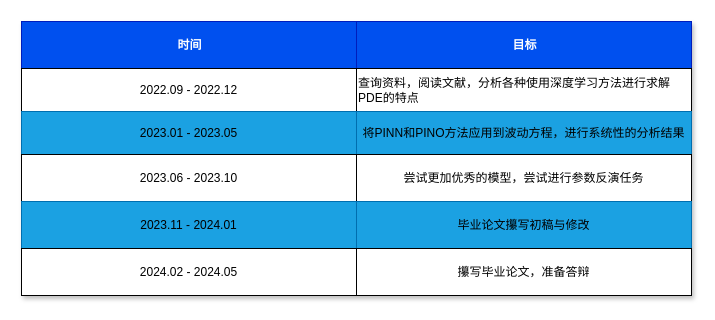
The draw.io diagram 研究生计划时间.drawio in 5huanghuai/Diagram, before the edit. Source tidied: cells renumbered, new cells numbered last; positions are measured from the earlier drawing's top-left corner, leaving out a move shared by most shapes. Both pictures are drawn from the tidied source at 100%, with x=0, y=0 at pixel (21, 21).
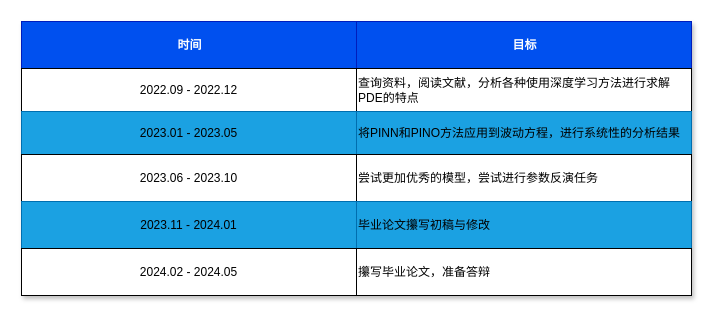
After the change.

Commit message:
更新研究生计划时间.drawio

Unchanged cells that the change refers to:
```xml
<mxCell id="9" style="shape=tableRow;horizontal=0;startSize=0;swimlaneHead=0;swimlaneBody=0;top=0;left=0;bottom=0;right=0;fontStyle=1;strokeColor=#3700CC;fillColor=#6a00ff;fontColor=#ffffff;" parent="2" vertex="1">
  <mxGeometry y="90" width="670" height="43" as="geometry" />
</mxCell>
<mxCell id="12" style="shape=tableRow;horizontal=0;startSize=0;swimlaneHead=0;swimlaneBody=0;top=0;left=0;bottom=0;right=0;fontStyle=0;strokeColor=inherit;fillColor=#ffffff;" parent="2" vertex="1">
  <mxGeometry y="133" width="670" height="47" as="geometry" />
</mxCell>
<mxCell id="15" style="shape=tableRow;horizontal=0;startSize=0;swimlaneHead=0;swimlaneBody=0;top=0;left=0;bottom=0;right=0;fontStyle=0;strokeColor=#006EAF;fillColor=#1ba1e2;fontColor=#ffffff;" parent="2" vertex="1">
  <mxGeometry y="180" width="670" height="47" as="geometry" />
</mxCell>
<mxCell id="18" style="shape=tableRow;horizontal=0;startSize=0;swimlaneHead=0;swimlaneBody=0;top=0;left=0;bottom=0;right=0;fontStyle=0;strokeColor=#006EAF;fillColor=#1ba1e2;fontColor=#ffffff;" parent="2" vertex="1">
  <mxGeometry y="227" width="670" height="47" as="geometry" />
</mxCell>
```

Change to the diagram source:
```diff
@@
-    <mxCell id="11" value="将PINN和PINO方法应用到波动方程，进行系统性的分析结果" style="strokeColor=#006EAF;fillColor=#1ba1e2;whiteSpace=wrap;html=1;fontColor=#000000;" parent="9" vertex="1">
+    <mxCell id="11" value="将PINN和PINO方法应用到波动方程，进行系统性的分析结果" style="strokeColor=#006EAF;fillColor=#1ba1e2;whiteSpace=wrap;html=1;fontColor=#000000;align=left;" parent="9" vertex="1">
       <mxGeometry x="335" width="335" height="43" as="geometry" />
     </mxCell>
@@
-    <mxCell id="14" value="尝试更加优秀的模型，尝试进行参数反演任务" style="strokeColor=inherit;fillColor=inherit;fontStyle=0;align=center;whiteSpace=wrap;html=1;" parent="12" vertex="1">
+    <mxCell id="14" value="尝试更加优秀的模型，尝试进行参数反演任务" style="strokeColor=inherit;fillColor=inherit;fontStyle=0;align=left;whiteSpace=wrap;html=1;" parent="12" vertex="1">
       <mxGeometry x="335" width="335" height="47" as="geometry" />
     </mxCell>
@@
-    <mxCell id="17" value="毕业论文攥写初稿与修改" style="strokeColor=inherit;fillColor=inherit;fontStyle=0;align=center;whiteSpace=wrap;html=1;" parent="15" vertex="1">
+    <mxCell id="17" value="毕业论文攥写初稿与修改" style="strokeColor=inherit;fillColor=inherit;fontStyle=0;align=left;whiteSpace=wrap;html=1;" parent="15" vertex="1">
       <mxGeometry x="335" width="335" height="47" as="geometry" />
     </mxCell>
@@
-    <mxCell id="20" value="攥写毕业论文，准备答辩" style="fontStyle=0;align=center;whiteSpace=wrap;html=1;" parent="18" vertex="1">
+    <mxCell id="20" value="攥写毕业论文，准备答辩" style="fontStyle=0;align=left;whiteSpace=wrap;html=1;" parent="18" vertex="1">
       <mxGeometry x="335" width="335" height="47" as="geometry" />
     </mxCell>
```
